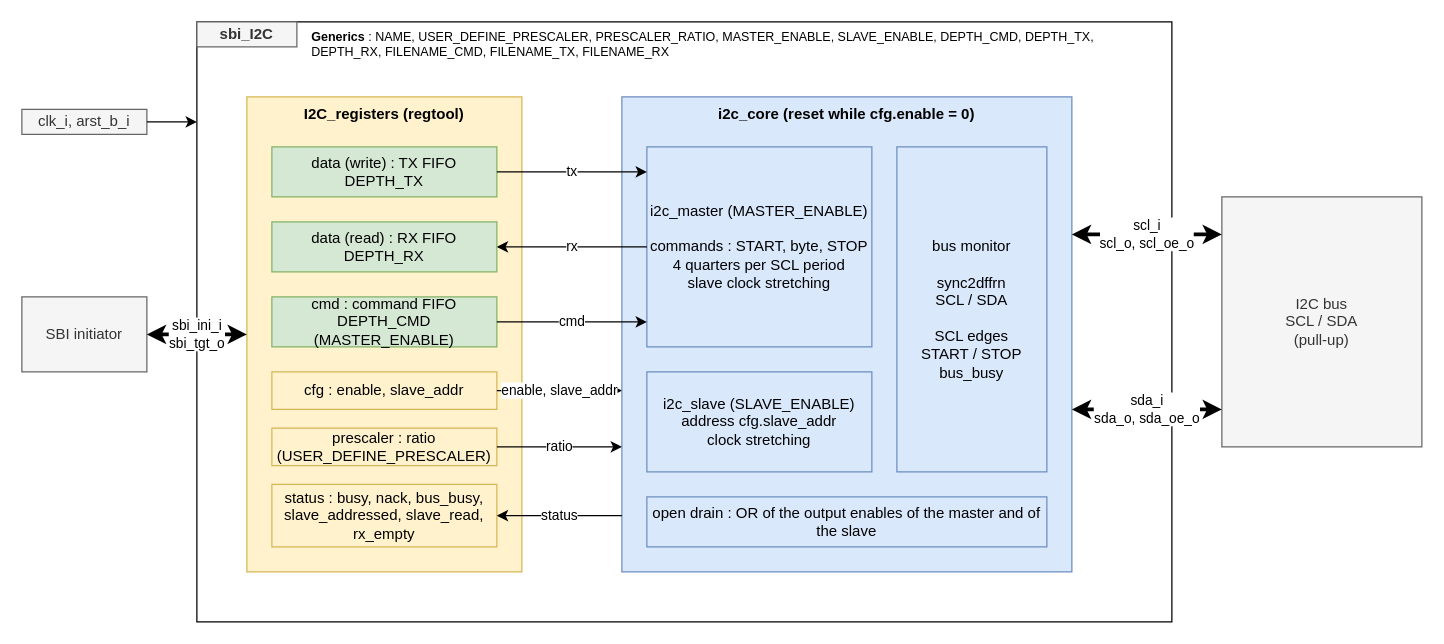
Before: doc/I2C.drawio in deuskane/asylum-communication-i2c, a draw.io diagram. Source tidied: cells renumbered, new cells numbered last; positions are measured from the earlier drawing's top-left corner, leaving out a move shared by most shapes. Both pictures are drawn from the tidied source at 125%, with x=0, y=0 at pixel (21, 21).
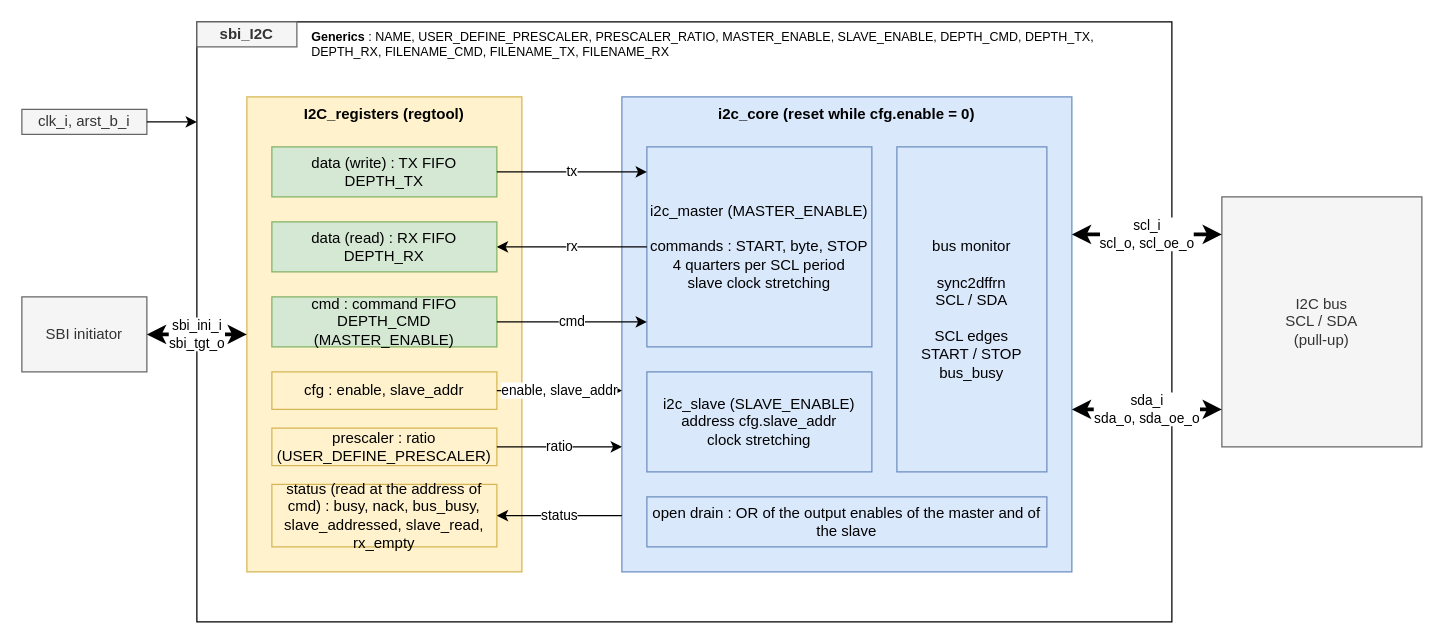
Above is the later version.

Commit message (it also covers changes not shown here):
I2C - status read only at the address of cmd

The edit, as a diff of the source:
```diff
@@
-    <mxCell id="11" value="status : busy, nack, bus_busy, slave_addressed, slave_read, rx_empty" style="rounded=0;whiteSpace=wrap;html=1;fillColor=#fff2cc;strokeColor=#d6b656;" parent="1" vertex="1">
+    <mxCell id="11" value="status (read at the address of cmd) : busy, nack, bus_busy, slave_addressed, slave_read, rx_empty" style="rounded=0;whiteSpace=wrap;html=1;fillColor=#fff2cc;strokeColor=#d6b656;" parent="1" vertex="1">
       <mxGeometry x="200" y="370" width="180" height="50" as="geometry" />
     </mxCell>
```
